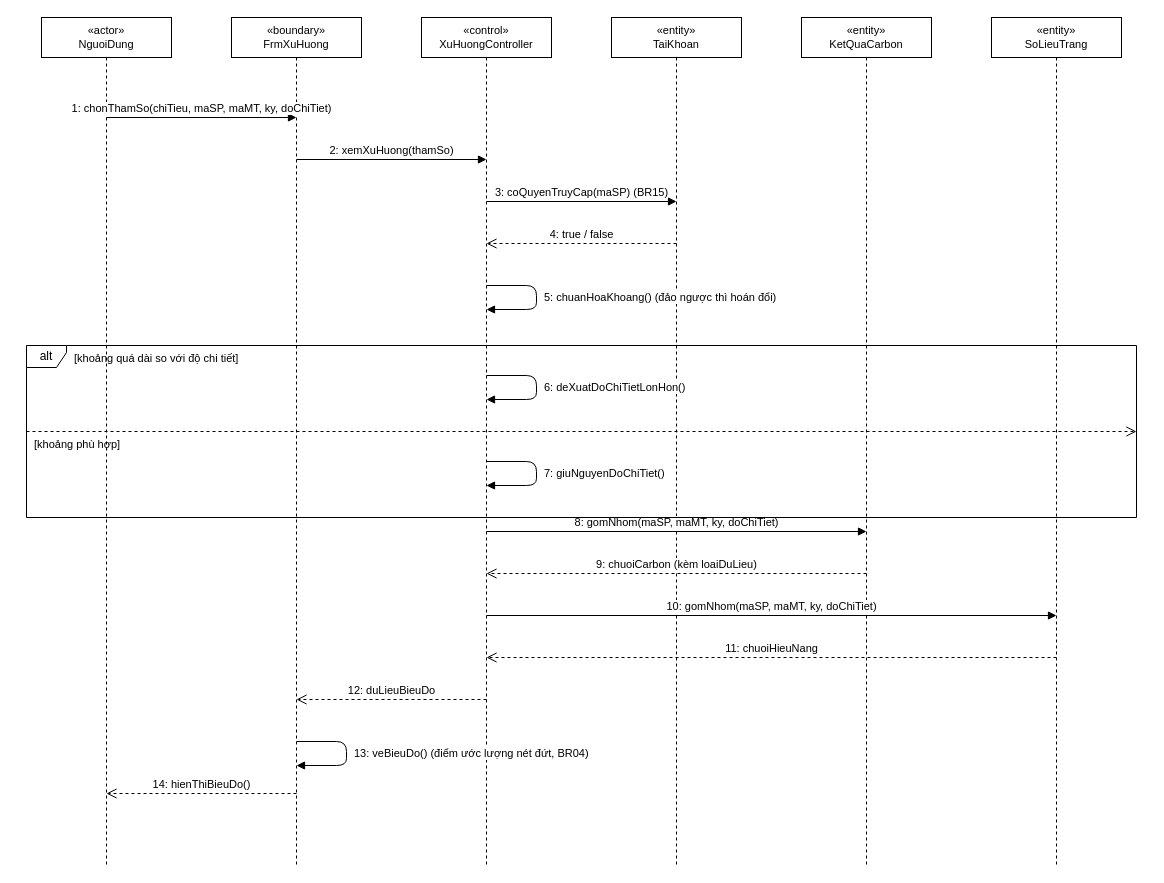
TranThienNhan8279/GreenDash keeps this draw.io diagram as docs/diagrams/03_TuanTu/UC_GD_013_Sequence_XemXuHuong.drawio. Above is the earlier version. Source tidied: cells renumbered, new cells numbered last; positions are measured from the earlier drawing's top-left corner, leaving out a move shared by most shapes. Both pictures are drawn from the tidied source at 100%, with x=0, y=0 at pixel (26, 17).
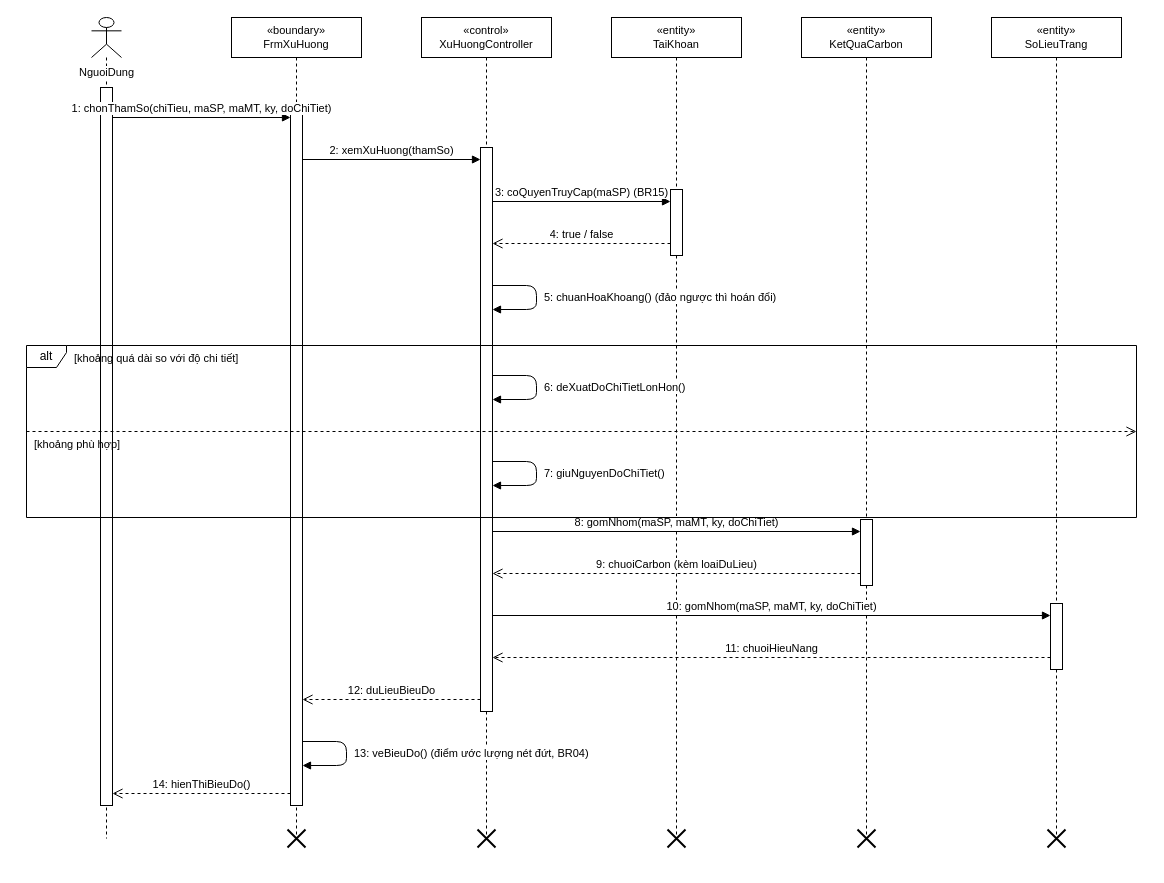
The same page after the edit.

What changed in the source:
```diff
@@
-    <mxCell id="2" value="«actor»&lt;br&gt;NguoiDung" style="shape=umlLifeline;perimeter=lifelinePerimeter;whiteSpace=wrap;html=1;fontSize=11;" parent="1" vertex="1">
-      <mxGeometry x="15" width="130" height="848" as="geometry" />
+    <mxCell id="2" value="NguoiDung" style="shape=umlLifeline;participant=umlActor;verticalAlign=top;spacingTop=42;labelBackgroundColor=#ffffff;perimeter=lifelinePerimeter;whiteSpace=nowrap;html=1;fontSize=11;" parent="1" vertex="1">
+      <mxGeometry x="65" width="30" height="821" as="geometry" />
     </mxCell>
     <mxCell id="3" value="«boundary»&lt;br&gt;FrmXuHuong" style="shape=umlLifeline;perimeter=lifelinePerimeter;whiteSpace=wrap;html=1;fontSize=11;" parent="1" vertex="1">
-      <mxGeometry x="205" width="130" height="848" as="geometry" />
+      <mxGeometry x="205" width="130" height="821" as="geometry" />
     </mxCell>
     <mxCell id="4" value="«control»&lt;br&gt;XuHuongController" style="shape=umlLifeline;perimeter=lifelinePerimeter;whiteSpace=wrap;html=1;fontSize=11;" parent="1" vertex="1">
-      <mxGeometry x="395" width="130" height="848" as="geometry" />
+      <mxGeometry x="395" width="130" height="821" as="geometry" />
     </mxCell>
     <mxCell id="5" value="«entity»&lt;br&gt;TaiKhoan" style="shape=umlLifeline;perimeter=lifelinePerimeter;whiteSpace=wrap;html=1;fontSize=11;" parent="1" vertex="1">
-      <mxGeometry x="585" width="130" height="848" as="geometry" />
+      <mxGeometry x="585" width="130" height="821" as="geometry" />
     </mxCell>
     <mxCell id="6" value="«entity»&lt;br&gt;KetQuaCarbon" style="shape=umlLifeline;perimeter=lifelinePerimeter;whiteSpace=wrap;html=1;fontSize=11;" parent="1" vertex="1">
-      <mxGeometry x="775" width="130" height="848" as="geometry" />
+      <mxGeometry x="775" width="130" height="821" as="geometry" />
     </mxCell>
     <mxCell id="7" value="«entity»&lt;br&gt;SoLieuTrang" style="shape=umlLifeline;perimeter=lifelinePerimeter;whiteSpace=wrap;html=1;fontSize=11;" parent="1" vertex="1">
-      <mxGeometry x="965" width="130" height="848" as="geometry" />
+      <mxGeometry x="965" width="130" height="821" as="geometry" />
     </mxCell>
+    <mxCell id="26" style="html=1;perimeter=orthogonalPerimeter;fillColor=#ffffff;strokeColor=#000000;" parent="1" vertex="1">
+      <mxGeometry x="74" y="70" width="12" height="718" as="geometry" />
+    </mxCell>
+    <mxCell id="27" style="html=1;perimeter=orthogonalPerimeter;fillColor=#ffffff;strokeColor=#000000;" parent="1" vertex="1">
+      <mxGeometry x="264" y="88" width="12" height="700" as="geometry" />
+    </mxCell>
+    <mxCell id="28" style="shape=umlDestroy;html=1;strokeWidth=2;strokeColor=#000000;" parent="1" vertex="1">
+      <mxGeometry x="261" y="812" width="18" height="18" as="geometry" />
+    </mxCell>
+    <mxCell id="29" style="html=1;perimeter=orthogonalPerimeter;fillColor=#ffffff;strokeColor=#000000;" parent="1" vertex="1">
+      <mxGeometry x="454" y="130" width="12" height="564" as="geometry" />
+    </mxCell>
+    <mxCell id="30" style="shape=umlDestroy;html=1;strokeWidth=2;strokeColor=#000000;" parent="1" vertex="1">
+      <mxGeometry x="451" y="812" width="18" height="18" as="geometry" />
+    </mxCell>
+    <mxCell id="31" style="html=1;perimeter=orthogonalPerimeter;fillColor=#ffffff;strokeColor=#000000;" parent="1" vertex="1">
+      <mxGeometry x="644" y="172" width="12" height="66" as="geometry" />
+    </mxCell>
+    <mxCell id="32" style="shape=umlDestroy;html=1;strokeWidth=2;strokeColor=#000000;" parent="1" vertex="1">
+      <mxGeometry x="641" y="812" width="18" height="18" as="geometry" />
+    </mxCell>
+    <mxCell id="33" style="html=1;perimeter=orthogonalPerimeter;fillColor=#ffffff;strokeColor=#000000;" parent="1" vertex="1">
+      <mxGeometry x="834" y="502" width="12" height="66" as="geometry" />
+    </mxCell>
+    <mxCell id="34" style="shape=umlDestroy;html=1;strokeWidth=2;strokeColor=#000000;" parent="1" vertex="1">
+      <mxGeometry x="831" y="812" width="18" height="18" as="geometry" />
+    </mxCell>
+    <mxCell id="35" style="html=1;perimeter=orthogonalPerimeter;fillColor=#ffffff;strokeColor=#000000;" parent="1" vertex="1">
+      <mxGeometry x="1024" y="586" width="12" height="66" as="geometry" />
+    </mxCell>
+    <mxCell id="36" style="shape=umlDestroy;html=1;strokeWidth=2;strokeColor=#000000;" parent="1" vertex="1">
+      <mxGeometry x="1021" y="812" width="18" height="18" as="geometry" />
+    </mxCell>
     <mxCell id="8" value="1: chonThamSo(chiTieu, maSP, maMT, ky, doChiTiet)" style="html=1;verticalAlign=bottom;endArrow=block;endFill=1;" parent="1" edge="1">
       <mxGeometry relative="1" as="geometry">
-        <mxPoint x="80" y="100" as="sourcePoint" />
-        <mxPoint x="270" y="100" as="targetPoint" />
+        <mxPoint x="86" y="100" as="sourcePoint" />
+        <mxPoint x="264" y="100" as="targetPoint" />
       </mxGeometry>
     </mxCell>
     <mxCell id="9" value="2: xemXuHuong(thamSo)" style="html=1;verticalAlign=bottom;endArrow=block;endFill=1;" parent="1" edge="1">
       <mxGeometry relative="1" as="geometry">
-        <mxPoint x="270" y="142" as="sourcePoint" />
-        <mxPoint x="460" y="142" as="targetPoint" />
+        <mxPoint x="276" y="142" as="sourcePoint" />
+        <mxPoint x="454" y="142" as="targetPoint" />
       </mxGeometry>
     </mxCell>
     <mxCell id="10" value="3: coQuyenTruyCap(maSP)  (BR15)" style="html=1;verticalAlign=bottom;endArrow=block;endFill=1;" parent="1" edge="1">
       <mxGeometry relative="1" as="geometry">
-        <mxPoint x="460" y="184" as="sourcePoint" />
-        <mxPoint x="650" y="184" as="targetPoint" />
+        <mxPoint x="466" y="184" as="sourcePoint" />
+        <mxPoint x="644" y="184" as="targetPoint" />
       </mxGeometry>
     </mxCell>
     <mxCell id="11" value="4: true / false" style="html=1;verticalAlign=bottom;endArrow=open;endSize=8;dashed=1;" parent="1" edge="1">
       <mxGeometry relative="1" as="geometry">
-        <mxPoint x="650" y="226" as="sourcePoint" />
-        <mxPoint x="460" y="226" as="targetPoint" />
+        <mxPoint x="644" y="226" as="sourcePoint" />
+        <mxPoint x="466" y="226" as="targetPoint" />
       </mxGeometry>
     </mxCell>
     <mxCell id="12" value="5: chuanHoaKhoang()  (đảo ngược thì hoán đổi)" style="html=1;verticalAlign=bottom;endArrow=block;endFill=1;align=left;spacingLeft=6;verticalAlign=middle;" parent="1" edge="1">
       <mxGeometry relative="1" as="geometry">
-        <mxPoint x="460" y="268" as="sourcePoint" />
-        <mxPoint x="460" y="292" as="targetPoint" />
+        <mxPoint x="466" y="268" as="sourcePoint" />
+        <mxPoint x="466" y="292" as="targetPoint" />
         <Array as="points">
           <mxPoint x="510" y="268" />
           <mxPoint x="510" y="292" />
         </Array>
       </mxGeometry>
     </mxCell>
     <mxCell id="13" value="6: deXuatDoChiTietLonHon()" style="html=1;verticalAlign=bottom;endArrow=block;endFill=1;align=left;spacingLeft=6;verticalAlign=middle;" parent="1" edge="1">
       <mxGeometry relative="1" as="geometry">
-        <mxPoint x="460" y="358" as="sourcePoint" />
-        <mxPoint x="460" y="382" as="targetPoint" />
+        <mxPoint x="466" y="358" as="sourcePoint" />
+        <mxPoint x="466" y="382" as="targetPoint" />
         <Array as="points">
           <mxPoint x="510" y="358" />
           <mxPoint x="510" y="382" />
         </Array>
       </mxGeometry>
     </mxCell>
     <mxCell id="14" value="7: giuNguyenDoChiTiet()" style="html=1;verticalAlign=bottom;endArrow=block;endFill=1;align=left;spacingLeft=6;verticalAlign=middle;" parent="1" edge="1">
       <mxGeometry relative="1" as="geometry">
-        <mxPoint x="460" y="444" as="sourcePoint" />
-        <mxPoint x="460" y="468" as="targetPoint" />
+        <mxPoint x="466" y="444" as="sourcePoint" />
+        <mxPoint x="466" y="468" as="targetPoint" />
         <Array as="points">
           <mxPoint x="510" y="444" />
           <mxPoint x="510" y="468" />
         </Array>
       </mxGeometry>
     </mxCell>
     <mxCell id="15" value="8: gomNhom(maSP, maMT, ky, doChiTiet)" style="html=1;verticalAlign=bottom;endArrow=block;endFill=1;" parent="1" edge="1">
       <mxGeometry relative="1" as="geometry">
-        <mxPoint x="460" y="514" as="sourcePoint" />
-        <mxPoint x="840" y="514" as="targetPoint" />
+        <mxPoint x="466" y="514" as="sourcePoint" />
+        <mxPoint x="834" y="514" as="targetPoint" />
       </mxGeometry>
     </mxCell>
     <mxCell id="16" value="9: chuoiCarbon (kèm loaiDuLieu)" style="html=1;verticalAlign=bottom;endArrow=open;endSize=8;dashed=1;" parent="1" edge="1">
       <mxGeometry relative="1" as="geometry">
-        <mxPoint x="840" y="556" as="sourcePoint" />
-        <mxPoint x="460" y="556" as="targetPoint" />
+        <mxPoint x="834" y="556" as="sourcePoint" />
+        <mxPoint x="466" y="556" as="targetPoint" />
       </mxGeometry>
     </mxCell>
     <mxCell id="17" value="10: gomNhom(maSP, maMT, ky, doChiTiet)" style="html=1;verticalAlign=bottom;endArrow=block;endFill=1;" parent="1" edge="1">
       <mxGeometry relative="1" as="geometry">
-        <mxPoint x="460" y="598" as="sourcePoint" />
-        <mxPoint x="1030" y="598" as="targetPoint" />
+        <mxPoint x="466" y="598" as="sourcePoint" />
+        <mxPoint x="1024" y="598" as="targetPoint" />
       </mxGeometry>
     </mxCell>
     <mxCell id="18" value="11: chuoiHieuNang" style="html=1;verticalAlign=bottom;endArrow=open;endSize=8;dashed=1;" parent="1" edge="1">
       <mxGeometry relative="1" as="geometry">
-        <mxPoint x="1030" y="640" as="sourcePoint" />
-        <mxPoint x="460" y="640" as="targetPoint" />
+        <mxPoint x="1024" y="640" as="sourcePoint" />
+        <mxPoint x="466" y="640" as="targetPoint" />
       </mxGeometry>
     </mxCell>
     <mxCell id="19" value="12: duLieuBieuDo" style="html=1;verticalAlign=bottom;endArrow=open;endSize=8;dashed=1;" parent="1" edge="1">
       <mxGeometry relative="1" as="geometry">
-        <mxPoint x="460" y="682" as="sourcePoint" />
-        <mxPoint x="270" y="682" as="targetPoint" />
+        <mxPoint x="454" y="682" as="sourcePoint" />
+        <mxPoint x="276" y="682" as="targetPoint" />
       </mxGeometry>
     </mxCell>
     <mxCell id="20" value="13: veBieuDo()  (điểm ước lượng nét đứt, BR04)" style="html=1;verticalAlign=bottom;endArrow=block;endFill=1;align=left;spacingLeft=6;verticalAlign=middle;" parent="1" edge="1">
       <mxGeometry relative="1" as="geometry">
-        <mxPoint x="270" y="724" as="sourcePoint" />
-        <mxPoint x="270" y="748" as="targetPoint" />
+        <mxPoint x="276" y="724" as="sourcePoint" />
+        <mxPoint x="276" y="748" as="targetPoint" />
         <Array as="points">
           <mxPoint x="320" y="724" />
           <mxPoint x="320" y="748" />
         </Array>
       </mxGeometry>
     </mxCell>
     <mxCell id="21" value="14: hienThiBieuDo()" style="html=1;verticalAlign=bottom;endArrow=open;endSize=8;dashed=1;" parent="1" edge="1">
       <mxGeometry relative="1" as="geometry">
-        <mxPoint x="270" y="776" as="sourcePoint" />
-        <mxPoint x="80" y="776" as="targetPoint" />
+        <mxPoint x="264" y="776" as="sourcePoint" />
+        <mxPoint x="86" y="776" as="targetPoint" />
       </mxGeometry>
     </mxCell>
```
